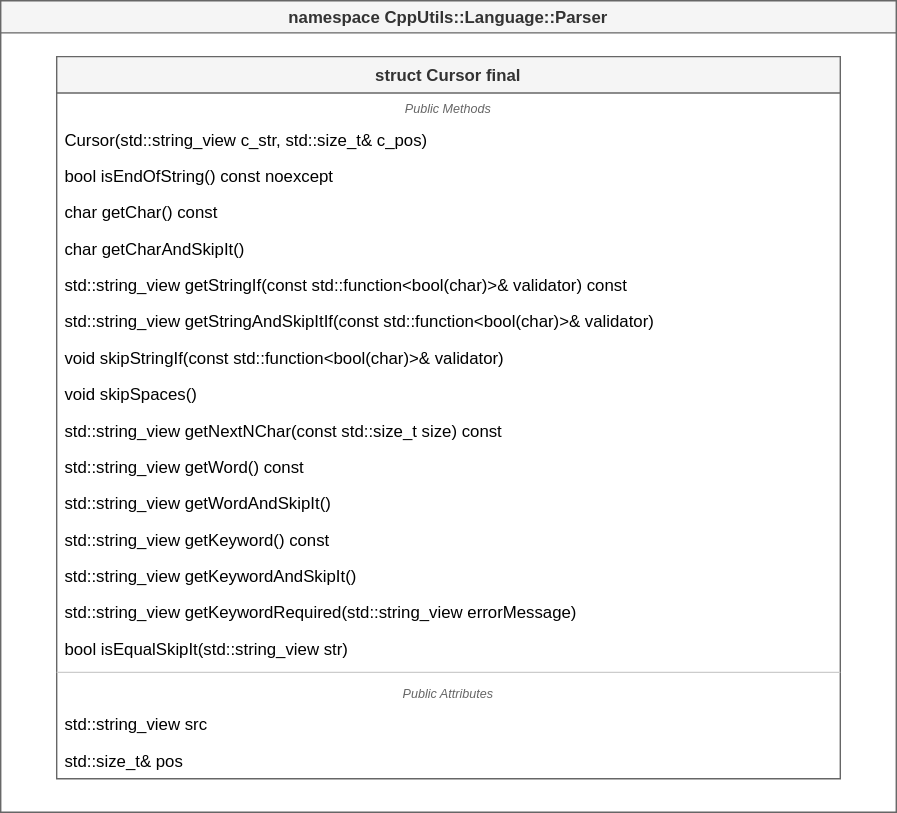
Earlier version of the draw.io export Language/Parser/resources/Cursor.drawio.svg (MorganCaron/CppUtils). Source tidied: cells renumbered, new cells last; positions are measured from the earlier drawing's top-left corner, leaving out a move shared by most shapes.
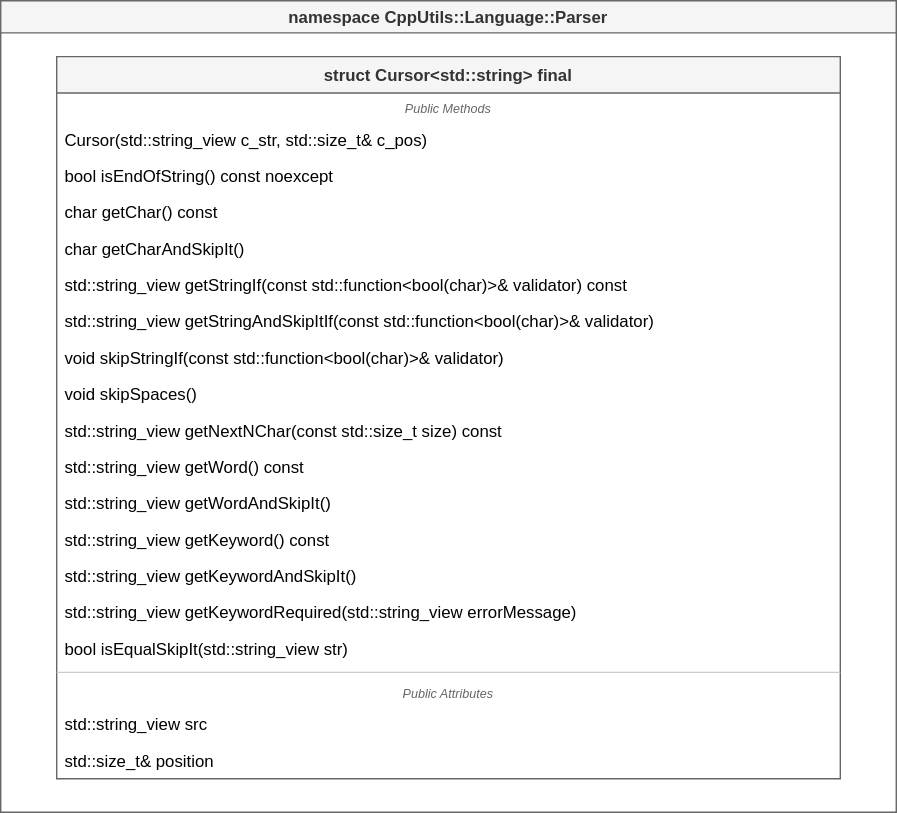
After the change.

Diff of the diagram source:
```diff
@@ -5,7 +5,7 @@
     <mxCell id="2" value="namespace CppUtils::Language::Parser" style="swimlane;swimlaneFillColor=#ffffff;labelBackgroundColor=none;fillColor=#f5f5f5;strokeColor=#666666;fontColor=#333333;" parent="1" vertex="1">
       <mxGeometry width="640" height="580" as="geometry" />
     </mxCell>
-    <mxCell id="3" value="struct Cursor final" style="swimlane;fontStyle=1;align=center;verticalAlign=top;horizontal=1;startSize=26;swimlaneFillColor=#ffffff;shadow=0;glass=0;swimlaneLine=1;rounded=0;comic=0;labelBackgroundColor=none;fillColor=#f5f5f5;strokeColor=#666666;fontColor=#333333;" parent="2" vertex="1">
+    <mxCell id="3" value="struct Cursor&lt;std::string&gt; final" style="swimlane;fontStyle=1;align=center;verticalAlign=top;horizontal=1;startSize=26;swimlaneFillColor=#ffffff;shadow=0;glass=0;swimlaneLine=1;rounded=0;comic=0;labelBackgroundColor=none;fillColor=#f5f5f5;strokeColor=#666666;fontColor=#333333;" parent="2" vertex="1">
       <mxGeometry x="40" y="40" width="560" height="516" as="geometry" />
     </mxCell>
     <mxCell id="4" value="Public Methods" style="text;strokeColor=none;fillColor=none;align=center;verticalAlign=top;spacingLeft=4;spacingRight=4;overflow=hidden;fontStyle=2;fontSize=9;fontColor=#666666;spacing=2;" parent="3" vertex="1">
@@ -65,7 +65,7 @@
     <mxCell id="22" value="std::string_view src" style="text;strokeColor=none;fillColor=none;align=left;verticalAlign=top;spacingLeft=4;spacingRight=4;overflow=hidden;fontColor=#000000;" parent="3" vertex="1">
       <mxGeometry y="464" width="560" height="26" as="geometry" />
     </mxCell>
-    <mxCell id="23" value="std::size_t&amp; pos" style="text;strokeColor=none;fillColor=none;align=left;verticalAlign=top;spacingLeft=4;spacingRight=4;overflow=hidden;fontColor=#000000;" parent="3" vertex="1">
+    <mxCell id="23" value="std::size_t&amp; position" style="text;strokeColor=none;fillColor=none;align=left;verticalAlign=top;spacingLeft=4;spacingRight=4;overflow=hidden;fontColor=#000000;" parent="3" vertex="1">
       <mxGeometry y="490" width="560" height="26" as="geometry" />
     </mxCell>
   </root>
```
